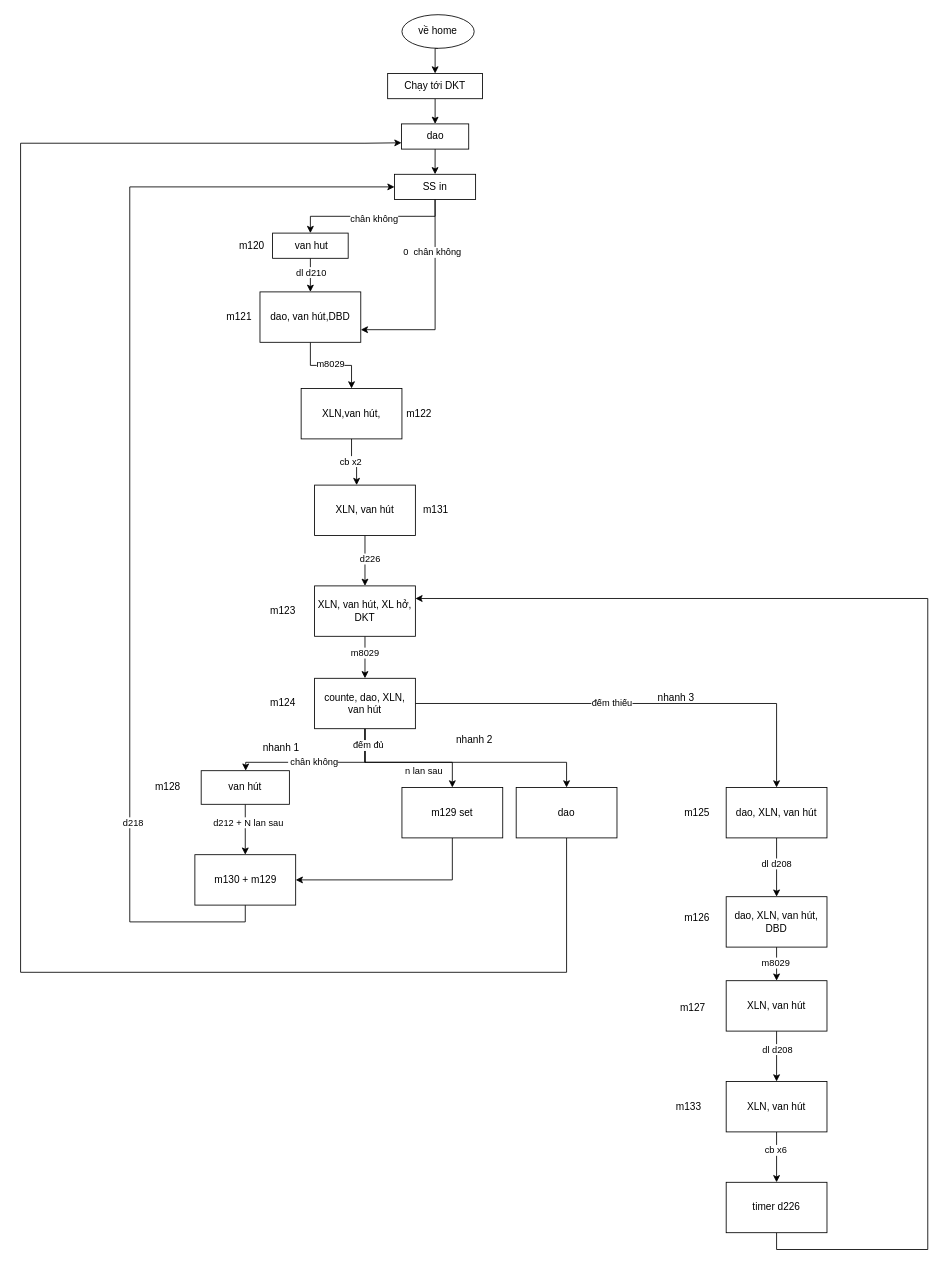
Before: trai muc sau.drawio in robowindgit/a0-quyencun, a draw.io diagram. Source tidied: cells renumbered, new cells numbered last; positions are measured from the earlier drawing's top-left corner, leaving out a move shared by most shapes. Both pictures are drawn from the tidied source at 84%, with x=0, y=0 at pixel (20, 14).
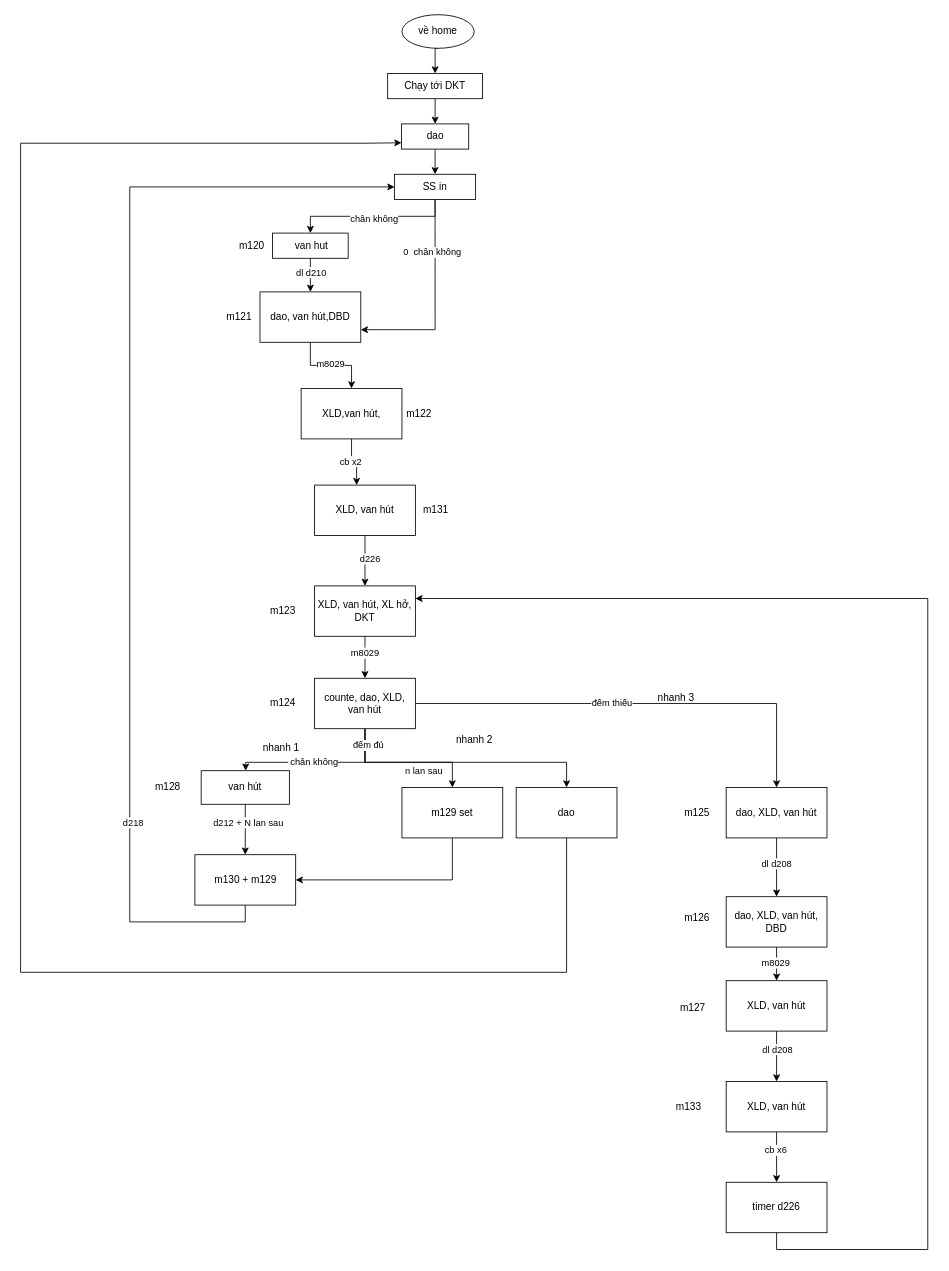
After the change.

Commit message:
Cập nhật trai muc sau.drawio

Diff of the diagram source:
```diff
@@
-    <mxCell id="19" value="XLN,van hút," style="whiteSpace=wrap;html=1;" parent="1" vertex="1">
+    <mxCell id="19" value="XLD,van hút," style="whiteSpace=wrap;html=1;" parent="1" vertex="1">
       <mxGeometry x="334" y="445" width="120" height="60" as="geometry" />
     </mxCell>
@@
-    <mxCell id="22" value="XLN, van hút" style="whiteSpace=wrap;html=1;" parent="1" vertex="1">
+    <mxCell id="22" value="XLD, van hút" style="whiteSpace=wrap;html=1;" parent="1" vertex="1">
       <mxGeometry x="350" y="560" width="120" height="60" as="geometry" />
     </mxCell>
@@
-    <mxCell id="27" value="XLN, van hút, XL hở, DKT" style="whiteSpace=wrap;html=1;" parent="1" vertex="1">
+    <mxCell id="27" value="XLD, van hút, XL hở, DKT" style="whiteSpace=wrap;html=1;" parent="1" vertex="1">
       <mxGeometry x="350" y="680" width="120" height="60" as="geometry" />
     </mxCell>
@@
-    <mxCell id="41" value="counte, dao, XLN, van hút" style="whiteSpace=wrap;html=1;" parent="1" vertex="1">
+    <mxCell id="41" value="counte, dao, XLD, van hút" style="whiteSpace=wrap;html=1;" parent="1" vertex="1">
       <mxGeometry x="350" y="790" width="120" height="60" as="geometry" />
     </mxCell>
@@
-    <mxCell id="56" value="dao, XLN, van hút" style="whiteSpace=wrap;html=1;" parent="1" vertex="1">
+    <mxCell id="56" value="dao, XLD, van hút" style="whiteSpace=wrap;html=1;" parent="1" vertex="1">
       <mxGeometry x="840" y="920" width="120" height="60" as="geometry" />
     </mxCell>
@@
-    <mxCell id="60" value="dao, XLN, van hút, DBD" style="whiteSpace=wrap;html=1;" parent="1" vertex="1">
+    <mxCell id="60" value="dao, XLD, van hút, DBD" style="whiteSpace=wrap;html=1;" parent="1" vertex="1">
       <mxGeometry x="840" y="1050" width="120" height="60" as="geometry" />
     </mxCell>
@@
-    <mxCell id="64" value="XLN, van hút" style="whiteSpace=wrap;html=1;" parent="1" vertex="1">
+    <mxCell id="64" value="XLD, van hút" style="whiteSpace=wrap;html=1;" parent="1" vertex="1">
       <mxGeometry x="840" y="1150" width="120" height="60" as="geometry" />
     </mxCell>
@@
-    <mxCell id="68" value="XLN, van hút" style="whiteSpace=wrap;html=1;" parent="1" vertex="1">
+    <mxCell id="68" value="XLD, van hút" style="whiteSpace=wrap;html=1;" parent="1" vertex="1">
       <mxGeometry x="840" y="1270" width="120" height="60" as="geometry" />
     </mxCell>
```
